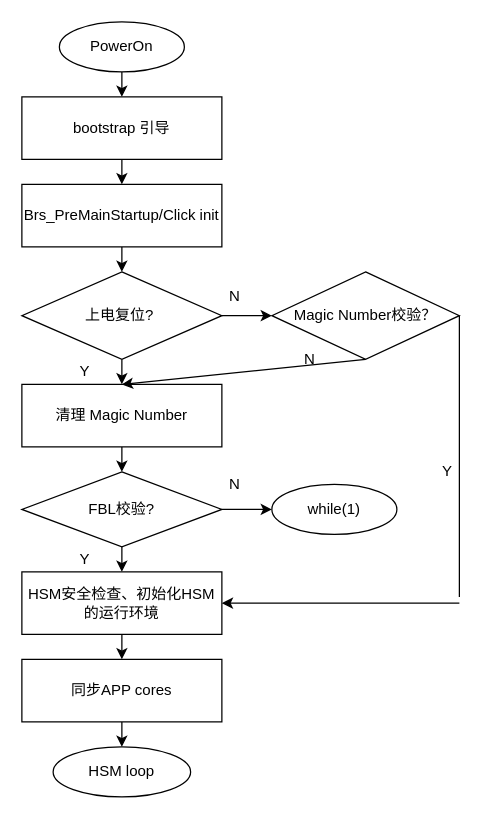
Earlier version of the draw.io diagram page "HSM" (4 of 4) of Untitled Diagram.drawio (muxi01/process_scheme). Source tidied: cells renumbered, new cells numbered last; positions are measured from the earlier drawing's top-left corner, leaving out a move shared by most shapes. Both pictures are drawn from the tidied source at 125%, with x=0, y=0 at pixel (21, 21).
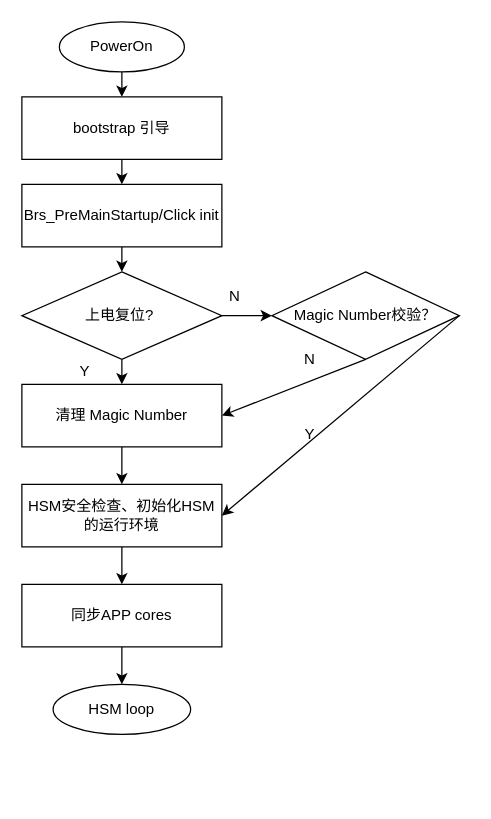
After the change.

The change refers to these unchanged cells:
```xml
<mxCell id="11" value="清理 Magic Number" style="rounded=0;whiteSpace=wrap;html=1;" parent="1" vertex="1">
  <mxGeometry y="290" width="160" height="50" as="geometry" />
</mxCell>
<mxCell id="12" value="Magic Number校验？" style="rhombus;whiteSpace=wrap;html=1;" parent="1" vertex="1">
  <mxGeometry x="200" y="200" width="150" height="70" as="geometry" />
</mxCell>
```

Change to the diagram source:
```diff
@@
-    <mxCell id="13" value="FBL校验?" style="rhombus;whiteSpace=wrap;html=1;" parent="1" vertex="1">
-      <mxGeometry y="360" width="160" height="60" as="geometry" />
-    </mxCell>
     <mxCell id="14" value="HSM安全检查、初始化HSM的运行环境" style="rounded=0;whiteSpace=wrap;html=1;" parent="1" vertex="1">
-      <mxGeometry y="440" width="160" height="50" as="geometry" />
+      <mxGeometry y="370" width="160" height="50" as="geometry" />
     </mxCell>
     <mxCell id="15" value="同步APP cores" style="rounded=0;whiteSpace=wrap;html=1;" parent="1" vertex="1">
-      <mxGeometry y="510" width="160" height="50" as="geometry" />
+      <mxGeometry y="450" width="160" height="50" as="geometry" />
     </mxCell>
     <mxCell id="16" value="HSM loop" style="ellipse;whiteSpace=wrap;html=1;" parent="1" vertex="1">
-      <mxGeometry x="25" y="580" width="110" height="40" as="geometry" />
+      <mxGeometry x="25" y="530" width="110" height="40" as="geometry" />
     </mxCell>
-    <mxCell id="17" style="endArrow=classic;html=1;rounded=0;exitX=0.5;exitY=1;exitDx=0;exitDy=0;entryX=0.5;entryY=0;entryDx=0;entryDy=0;" parent="1" edge="1" source="11" target="13">
-      <mxGeometry relative="1" as="geometry" />
-    </mxCell>
-    <mxCell id="18" style="endArrow=classic;html=1;rounded=0;entryX=0.5;entryY=0;entryDx=0;entryDy=0;exitX=0.5;exitY=1;exitDx=0;exitDy=0;" parent="1" edge="1" source="13" target="14">
-      <mxGeometry relative="1" as="geometry" />
-    </mxCell>
@@
+    <mxCell id="24" value="N" style="text;html=1;align=center;verticalAlign=middle;fillColor=none;strokeColor=none;rounded=0;" parent="1" vertex="1">
+      <mxGeometry x="220" y="260" width="20" height="20" as="geometry" />
+    </mxCell>
+    <mxCell id="27" value="Y" style="text;html=1;align=center;verticalAlign=middle;fillColor=none;strokeColor=none;rounded=0;" parent="1" vertex="1">
+      <mxGeometry x="220" y="320" width="20" height="20" as="geometry" />
+    </mxCell>
+    <mxCell id="32" style="endArrow=classic;html=1;rounded=0;exitX=0.5;exitY=1;exitDx=0;exitDy=0;entryX=0.5;entryY=0;entryDx=0;entryDy=0;" parent="1" edge="1" source="11" target="14">
+      <mxGeometry relative="1" as="geometry" />
+    </mxCell>
-    <mxCell id="23" style="endArrow=classic;html=1;rounded=0;entryX=0.5;entryY=0;entryDx=0;entryDy=0;exitX=0.5;exitY=1;exitDx=0;exitDy=0;" parent="1" edge="1" source="12" target="11">
+    <mxCell id="23" style="endArrow=classic;html=1;rounded=0;entryX=1;entryY=0.5;entryDx=0;entryDy=0;exitX=0.5;exitY=1;exitDx=0;exitDy=0;" parent="1" edge="1" source="12" target="11">
       <mxGeometry relative="1" as="geometry" />
     </mxCell>
-    <mxCell id="24" value="N" style="text;html=1;align=center;verticalAlign=middle;fillColor=none;strokeColor=none;rounded=0;" parent="1" vertex="1">
-      <mxGeometry x="220" y="260" width="20" height="20" as="geometry" />
-    </mxCell>
-    <mxCell id="25" style="endArrow=classic;html=1;rounded=0;entryX=1;entryY=0.5;entryDx=0;entryDy=0;" parent="1" edge="1" target="14">
-      <mxGeometry relative="1" as="geometry">
-        <mxPoint x="350" y="465" as="sourcePoint" />
-      </mxGeometry>
-    </mxCell>
-    <mxCell id="26" style="endArrow=none;html=1;rounded=0;exitX=1;exitY=0.5;exitDx=0;exitDy=0;" parent="1" edge="1" source="12">
-      <mxGeometry relative="1" as="geometry">
-        <mxPoint x="350" y="460" as="targetPoint" />
-        <Array as="points">
-          <mxPoint x="350" y="460" />
-        </Array>
-      </mxGeometry>
-    </mxCell>
-    <mxCell id="27" value="Y" style="text;html=1;align=center;verticalAlign=middle;fillColor=none;strokeColor=none;rounded=0;" parent="1" vertex="1">
-      <mxGeometry x="330" y="350" width="20" height="20" as="geometry" />
-    </mxCell>
-    <mxCell id="28" value="Y" style="text;html=1;align=center;verticalAlign=middle;fillColor=none;strokeColor=none;rounded=0;" parent="1" vertex="1">
-      <mxGeometry x="40" y="420" width="20" height="20" as="geometry" />
-    </mxCell>
-    <mxCell id="29" value="while(1)" style="ellipse;whiteSpace=wrap;html=1;" parent="1" vertex="1">
-      <mxGeometry x="200" y="370" width="100" height="40" as="geometry" />
-    </mxCell>
-    <mxCell id="30" style="endArrow=classic;html=1;rounded=0;exitX=1;exitY=0.5;exitDx=0;exitDy=0;entryX=0;entryY=0.5;entryDx=0;entryDy=0;" parent="1" edge="1" source="13" target="29">
-      <mxGeometry relative="1" as="geometry" />
-    </mxCell>
-    <mxCell id="31" value="N" style="text;html=1;align=center;verticalAlign=middle;fillColor=none;strokeColor=none;rounded=0;" parent="1" vertex="1">
-      <mxGeometry x="160" y="360" width="20" height="20" as="geometry" />
-    </mxCell>
+    <mxCell id="33" style="endArrow=classic;html=1;rounded=0;entryX=1;entryY=0.5;entryDx=0;entryDy=0;exitX=1;exitY=0.5;exitDx=0;exitDy=0;" parent="1" edge="1" source="12" target="14">
+      <mxGeometry relative="1" as="geometry" />
+    </mxCell>
```
